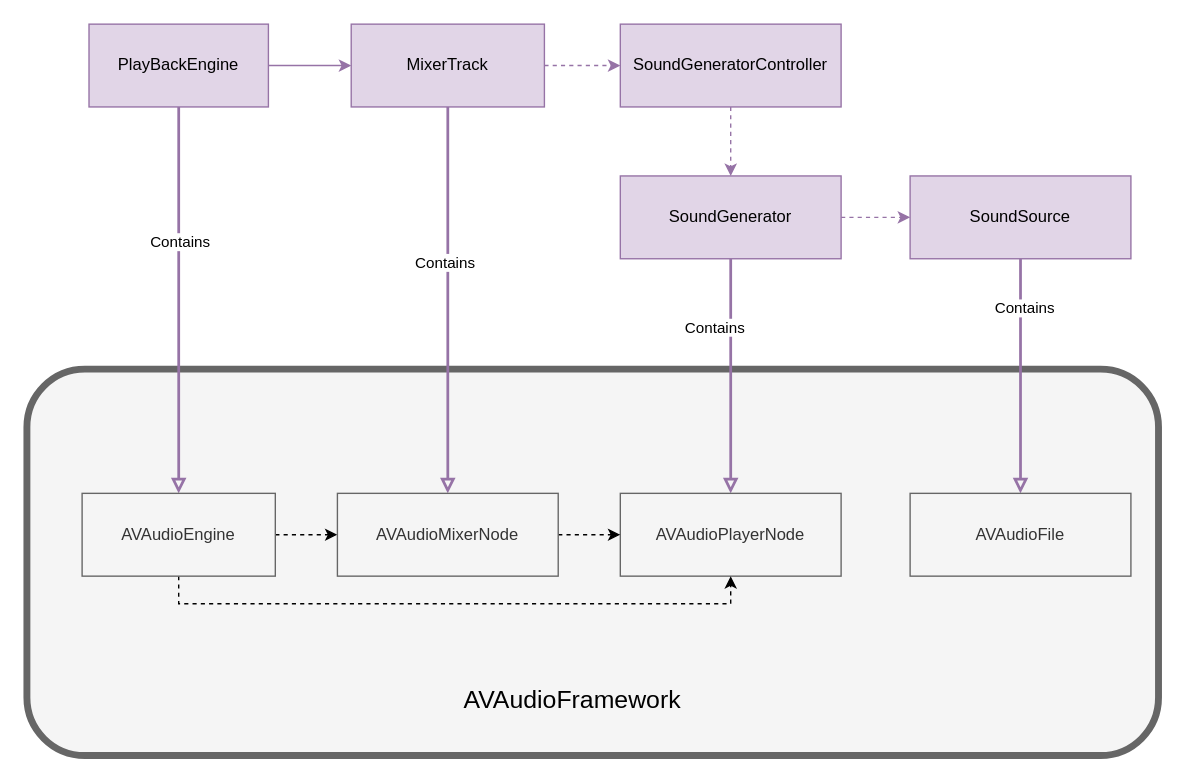
The draw.io diagram page "SoundEngine Framework" (3 of 3) of Mobile Lab Design.drawio in jerryweb/The-Mobile-Lab, before the edit. Source tidied: cells renumbered, new cells numbered last; positions are measured from the earlier drawing's top-left corner, leaving out a move shared by most shapes. Both pictures are drawn from the tidied source at 138%, with x=0, y=0 at pixel (26, 23).
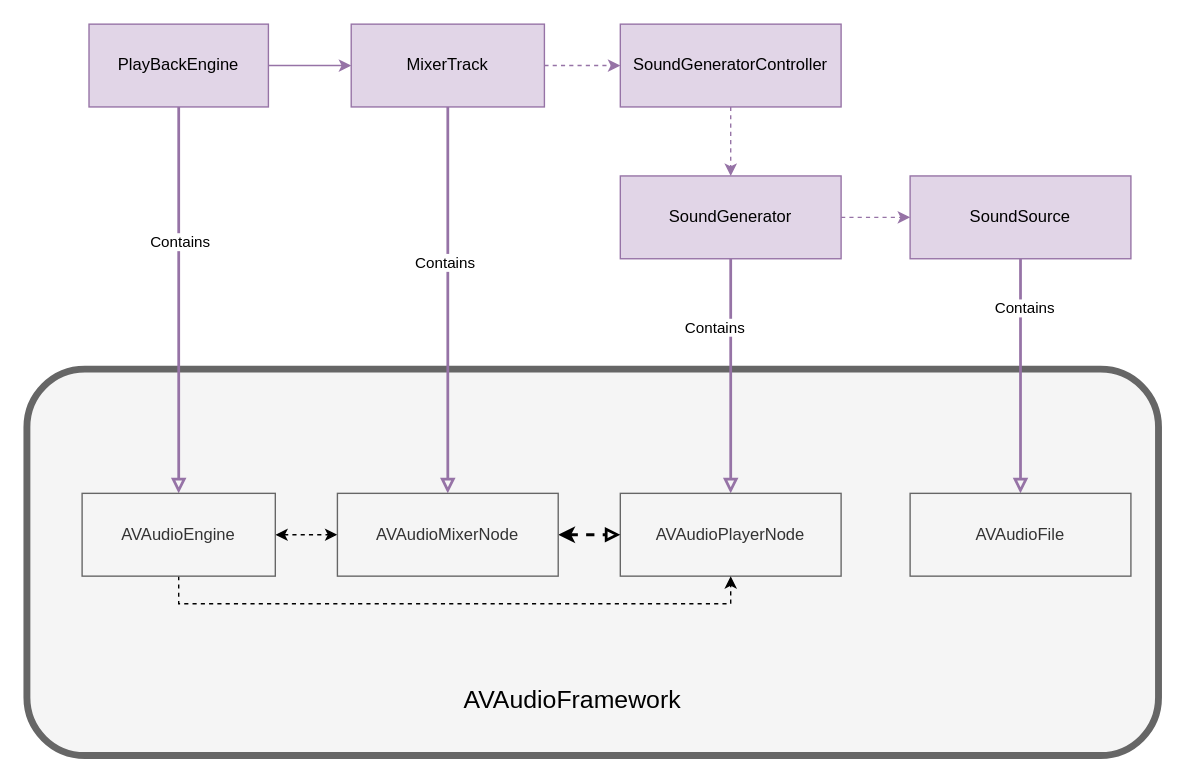
The same diagram, later.

Unchanged cells that the change refers to:
```xml
<mxCell id="6" value="AVAudioPlayerNode" style="rounded=0;whiteSpace=wrap;html=1;fillColor=#f5f5f5;strokeColor=#666666;fontColor=#333333;" parent="1" vertex="1">
  <mxGeometry x="430" y="340" width="160" height="60" as="geometry" />
</mxCell>
<mxCell id="21" value="AVAudioEngine" style="rounded=0;whiteSpace=wrap;html=1;fillColor=#f5f5f5;strokeColor=#666666;fontColor=#333333;" parent="1" vertex="1">
  <mxGeometry x="40" y="340" width="140" height="60" as="geometry" />
</mxCell>
<mxCell id="25" value="AVAudioMixerNode" style="rounded=0;whiteSpace=wrap;html=1;fillColor=#f5f5f5;strokeColor=#666666;fontColor=#333333;" parent="1" vertex="1">
  <mxGeometry x="225" y="340" width="160" height="60" as="geometry" />
</mxCell>
```

What changed in the source:
```diff
@@
-    <mxCell id="19" style="edgeStyle=orthogonalEdgeStyle;rounded=0;jettySize=auto;html=1;dashed=1;" parent="1" edge="1" source="21" target="25">
+    <mxCell id="19" style="edgeStyle=orthogonalEdgeStyle;rounded=0;jettySize=auto;html=1;dashed=1;startArrow=classic;startFill=1;" parent="1" edge="1" source="21" target="25">
       <mxGeometry relative="1" as="geometry" />
     </mxCell>
@@
-    <mxCell id="24" style="edgeStyle=orthogonalEdgeStyle;rounded=0;jettySize=auto;html=1;entryX=0;entryY=0.5;entryDx=0;entryDy=0;dashed=1;" parent="1" edge="1" source="25" target="6">
+    <mxCell id="24" style="edgeStyle=orthogonalEdgeStyle;rounded=0;jettySize=auto;html=1;exitX=1;exitY=0.5;exitDx=0;exitDy=0;startArrow=classic;startFill=1;endArrow=block;endFill=0;strokeWidth=2;dashed=1;" parent="1" edge="1" source="25" target="6">
       <mxGeometry relative="1" as="geometry" />
     </mxCell>
```
